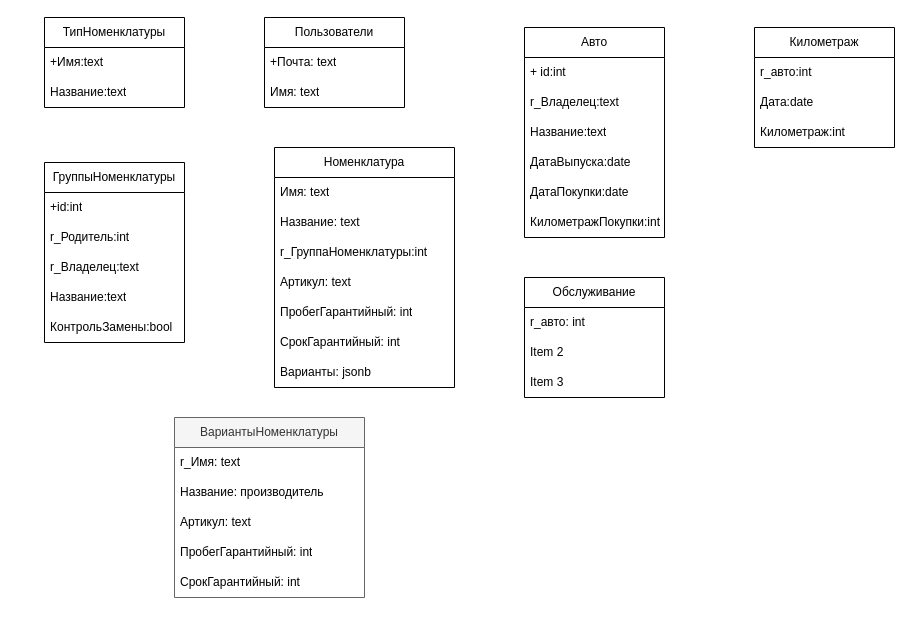
The draw.io diagram page "Вариант А" (2 of 2) of CarService.drawio in tkadm/-, before the edit. Source tidied: cells renumbered, new cells numbered last; positions are measured from the earlier drawing's top-left corner, leaving out a move shared by most shapes. Both pictures are drawn from the tidied source at 100%, with x=0, y=0 at pixel (44, 17).
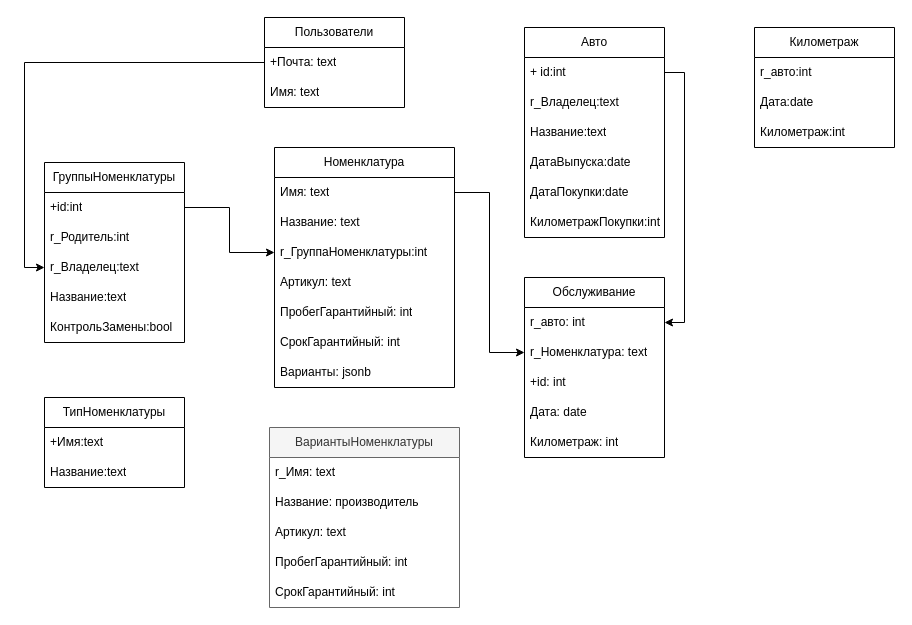
Above is the later version.

The change refers to these unchanged cells:
```xml
<mxCell id="6" value="Имя: text" style="text;strokeColor=none;fillColor=none;align=left;verticalAlign=middle;spacingLeft=4;spacingRight=4;overflow=hidden;points=[[0,0.5],[1,0.5]];portConstraint=eastwest;whiteSpace=wrap;html=1;" parent="5" vertex="1">
  <mxGeometry y="30" width="180" height="30" as="geometry" />
</mxCell>
<mxCell id="8" value="r_ГруппаНоменклатуры:int" style="text;strokeColor=none;fillColor=none;align=left;verticalAlign=middle;spacingLeft=4;spacingRight=4;overflow=hidden;points=[[0,0.5],[1,0.5]];portConstraint=eastwest;whiteSpace=wrap;html=1;" parent="5" vertex="1">
  <mxGeometry y="90" width="180" height="30" as="geometry" />
</mxCell>
<mxCell id="14" value="+ id:int" style="text;strokeColor=none;fillColor=none;align=left;verticalAlign=middle;spacingLeft=4;spacingRight=4;overflow=hidden;points=[[0,0.5],[1,0.5]];portConstraint=eastwest;whiteSpace=wrap;html=1;" parent="13" vertex="1">
  <mxGeometry y="30" width="140" height="30" as="geometry" />
</mxCell>
<mxCell id="25" value="+id:int" style="text;strokeColor=none;fillColor=none;align=left;verticalAlign=middle;spacingLeft=4;spacingRight=4;overflow=hidden;points=[[0,0.5],[1,0.5]];portConstraint=eastwest;whiteSpace=wrap;html=1;" parent="24" vertex="1">
  <mxGeometry y="30" width="140" height="30" as="geometry" />
</mxCell>
<mxCell id="27" value="r_Владелец:text" style="text;strokeColor=none;fillColor=none;align=left;verticalAlign=middle;spacingLeft=4;spacingRight=4;overflow=hidden;points=[[0,0.5],[1,0.5]];portConstraint=eastwest;whiteSpace=wrap;html=1;" parent="24" vertex="1">
  <mxGeometry y="90" width="140" height="30" as="geometry" />
</mxCell>
<mxCell id="31" value="+Почта: text" style="text;strokeColor=none;fillColor=none;align=left;verticalAlign=middle;spacingLeft=4;spacingRight=4;overflow=hidden;points=[[0,0.5],[1,0.5]];portConstraint=eastwest;whiteSpace=wrap;html=1;" parent="30" vertex="1">
  <mxGeometry y="30" width="140" height="30" as="geometry" />
</mxCell>
<mxCell id="34" value="r_авто: int" style="text;strokeColor=none;fillColor=none;align=left;verticalAlign=middle;spacingLeft=4;spacingRight=4;overflow=hidden;points=[[0,0.5],[1,0.5]];portConstraint=eastwest;whiteSpace=wrap;html=1;" parent="33" vertex="1">
  <mxGeometry y="30" width="140" height="30" as="geometry" />
</mxCell>
```

The edit, as a diff of the source:
```diff
@@
     <mxCell id="2" value="ТипНоменклатуры" style="swimlane;fontStyle=0;horizontal=1;startSize=30;whiteSpace=wrap;html=1;" parent="1" vertex="1">
-      <mxGeometry width="140" height="90" as="geometry" />
+      <mxGeometry y="380" width="140" height="90" as="geometry" />
     </mxCell>
@@
     <mxCell id="33" value="Обслуживание" style="swimlane;fontStyle=0;horizontal=1;startSize=30;whiteSpace=wrap;html=1;" parent="1" vertex="1">
-      <mxGeometry x="480" y="260" width="140" height="120" as="geometry" />
+      <mxGeometry x="480" y="260" width="140" height="180" as="geometry" />
     </mxCell>
@@
-    <mxCell id="35" value="Item 2" style="text;strokeColor=none;fillColor=none;align=left;verticalAlign=middle;spacingLeft=4;spacingRight=4;overflow=hidden;points=[[0,0.5],[1,0.5]];portConstraint=eastwest;whiteSpace=wrap;html=1;" parent="33" vertex="1">
+    <mxCell id="35" value="r_Номенклатура: text" style="text;strokeColor=none;fillColor=none;align=left;verticalAlign=middle;spacingLeft=4;spacingRight=4;overflow=hidden;points=[[0,0.5],[1,0.5]];portConstraint=eastwest;whiteSpace=wrap;html=1;" parent="33" vertex="1">
       <mxGeometry y="60" width="140" height="30" as="geometry" />
     </mxCell>
-    <mxCell id="36" value="Item 3" style="text;strokeColor=none;fillColor=none;align=left;verticalAlign=middle;spacingLeft=4;spacingRight=4;overflow=hidden;whiteSpace=wrap;html=1;" parent="33" vertex="1">
+    <mxCell id="36" value="+id: int" style="text;strokeColor=none;fillColor=none;align=left;verticalAlign=middle;spacingLeft=4;spacingRight=4;overflow=hidden;whiteSpace=wrap;html=1;" parent="33" vertex="1">
       <mxGeometry y="90" width="140" height="30" as="geometry" />
     </mxCell>
+    <mxCell id="43" value="Дата: date" style="text;strokeColor=none;fillColor=none;align=left;verticalAlign=middle;spacingLeft=4;spacingRight=4;overflow=hidden;whiteSpace=wrap;html=1;" parent="33" vertex="1">
+      <mxGeometry y="120" width="140" height="30" as="geometry" />
+    </mxCell>
+    <mxCell id="44" value="Километраж: int" style="text;strokeColor=none;fillColor=none;align=left;verticalAlign=middle;spacingLeft=4;spacingRight=4;overflow=hidden;whiteSpace=wrap;html=1;" parent="33" vertex="1">
+      <mxGeometry y="150" width="140" height="30" as="geometry" />
+    </mxCell>
     <mxCell id="37" value="ВариантыНоменклатуры" style="swimlane;fontStyle=0;horizontal=1;startSize=30;whiteSpace=wrap;html=1;fillColor=#f5f5f5;fontColor=#333333;strokeColor=#666666;" parent="1" vertex="1">
-      <mxGeometry x="130" y="400" width="190" height="180" as="geometry" />
+      <mxGeometry x="225" y="410" width="190" height="180" as="geometry" />
     </mxCell>
@@
+    <mxCell id="45" style="edgeStyle=orthogonalEdgeStyle;rounded=0;jettySize=auto;html=1;exitX=1;exitY=0.5;exitDx=0;exitDy=0;entryX=0;entryY=0.5;entryDx=0;entryDy=0;" parent="1" edge="1" source="6" target="35">
+      <mxGeometry relative="1" as="geometry" />
+    </mxCell>
+    <mxCell id="46" style="edgeStyle=orthogonalEdgeStyle;rounded=0;jettySize=auto;html=1;exitX=1;exitY=0.5;exitDx=0;exitDy=0;entryX=1;entryY=0.5;entryDx=0;entryDy=0;" parent="1" edge="1" source="14" target="34">
+      <mxGeometry relative="1" as="geometry" />
+    </mxCell>
+    <mxCell id="47" style="edgeStyle=orthogonalEdgeStyle;rounded=0;jettySize=auto;html=1;exitX=1;exitY=0.5;exitDx=0;exitDy=0;entryX=0;entryY=0.5;entryDx=0;entryDy=0;" parent="1" edge="1" source="25" target="8">
+      <mxGeometry relative="1" as="geometry" />
+    </mxCell>
+    <mxCell id="48" style="edgeStyle=orthogonalEdgeStyle;rounded=0;jettySize=auto;html=1;exitX=0;exitY=0.5;exitDx=0;exitDy=0;entryX=0;entryY=0.5;entryDx=0;entryDy=0;" parent="1" edge="1" source="31" target="27">
+      <mxGeometry relative="1" as="geometry" />
+    </mxCell>
```
